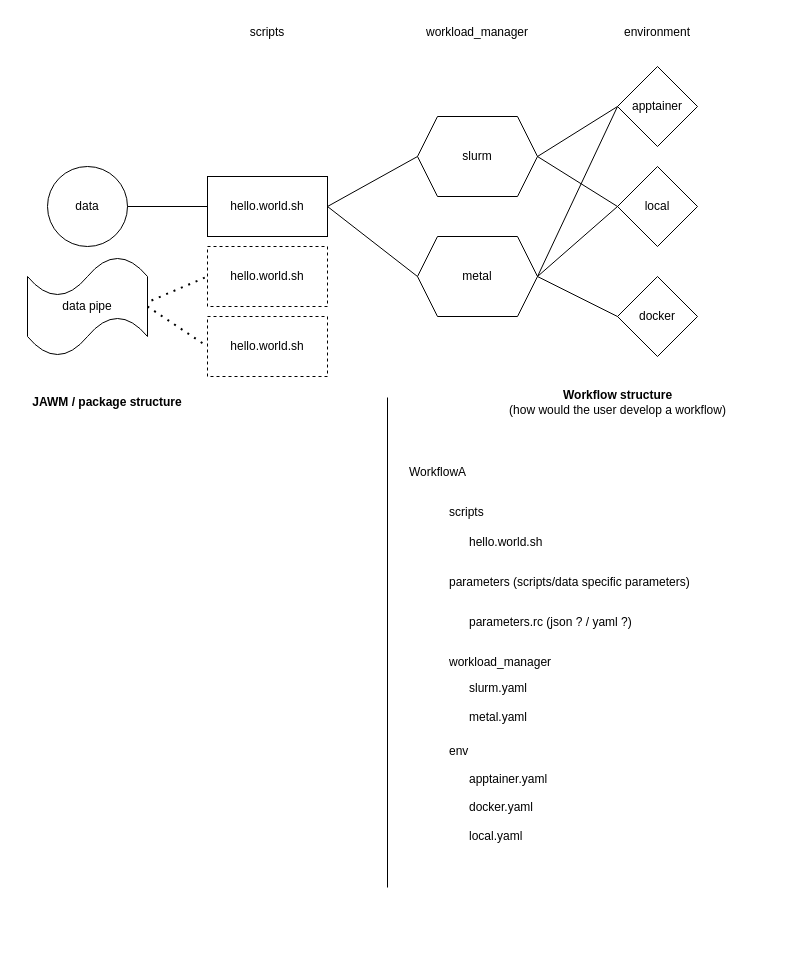
The draw.io diagram JAWM.drawio in mpg-age-bioinformatics/jawm, before the edit. Source tidied: cells renumbered, new cells numbered last; positions are measured from the earlier drawing's top-left corner, leaving out a move shared by most shapes. Both pictures are drawn from the tidied source at 100%, with x=0, y=0 at pixel (17, 17).
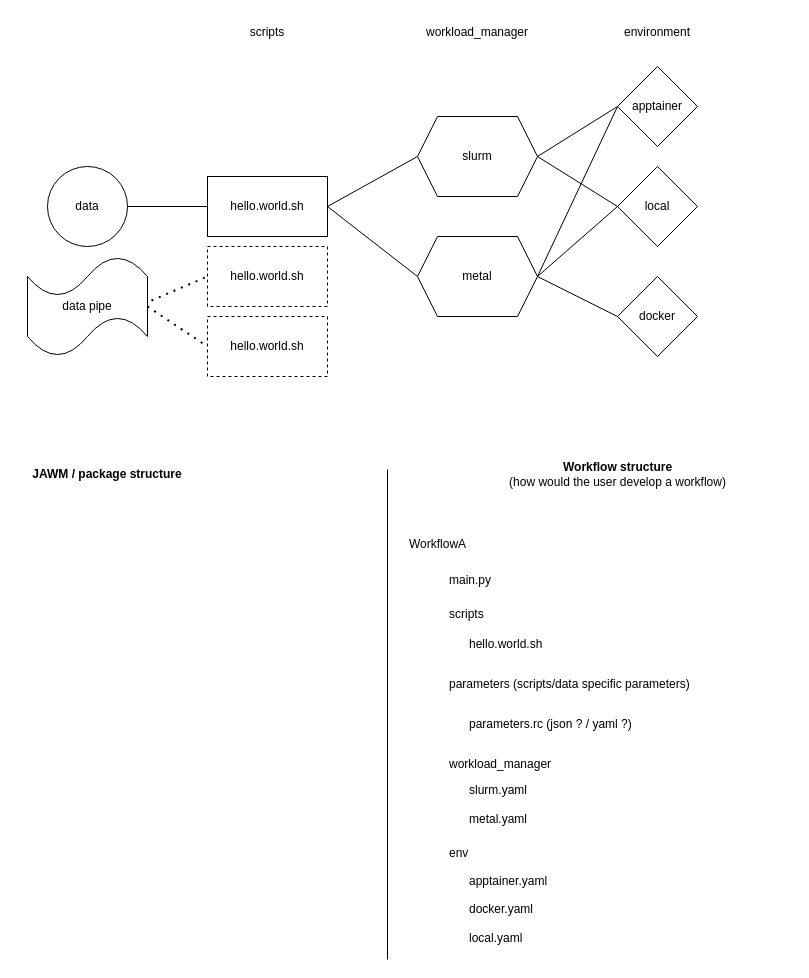
After the change.

Diff of the diagram source:
```diff
@@
     <mxCell id="15" style="endArrow=none;html=1;rounded=0;" parent="1" edge="1">
       <mxGeometry relative="1" as="geometry">
-        <mxPoint x="370" y="870" as="sourcePoint" />
-        <mxPoint x="370" y="380" as="targetPoint" />
+        <mxPoint x="370" y="942" as="sourcePoint" />
+        <mxPoint x="370" y="452" as="targetPoint" />
       </mxGeometry>
     </mxCell>
     <mxCell id="16" value="&lt;b&gt;JAWM / package structure&lt;/b&gt;" style="text;html=1;align=center;verticalAlign=middle;whiteSpace=wrap;rounded=0;" parent="1" vertex="1">
-      <mxGeometry y="370" width="180" height="30" as="geometry" />
+      <mxGeometry y="442" width="180" height="30" as="geometry" />
     </mxCell>
     <mxCell id="17" value="&lt;b&gt;Workflow structure&lt;/b&gt;&lt;div&gt;(how would the user develop a workflow)&lt;/div&gt;" style="text;html=1;align=center;verticalAlign=middle;whiteSpace=wrap;rounded=0;" parent="1" vertex="1">
-      <mxGeometry x="491" y="370" width="219" height="30" as="geometry" />
+      <mxGeometry x="491" y="442" width="219" height="30" as="geometry" />
     </mxCell>
     <mxCell id="18" value="WorkflowA" style="text;html=1;align=left;verticalAlign=middle;whiteSpace=wrap;rounded=0;" parent="1" vertex="1">
-      <mxGeometry x="390" y="440" width="180" height="30" as="geometry" />
+      <mxGeometry x="390" y="512" width="180" height="30" as="geometry" />
     </mxCell>
     <mxCell id="19" value="scripts" style="text;html=1;align=left;verticalAlign=middle;whiteSpace=wrap;rounded=0;" parent="1" vertex="1">
-      <mxGeometry x="430" y="480" width="180" height="30" as="geometry" />
+      <mxGeometry x="430" y="582" width="180" height="30" as="geometry" />
     </mxCell>
     <mxCell id="20" value="hello.world.sh" style="text;html=1;align=left;verticalAlign=middle;whiteSpace=wrap;rounded=0;" parent="1" vertex="1">
-      <mxGeometry x="450" y="510" width="180" height="30" as="geometry" />
+      <mxGeometry x="450" y="612" width="180" height="30" as="geometry" />
     </mxCell>
     <mxCell id="21" value="parameters (scripts/data specific parameters)" style="text;html=1;align=left;verticalAlign=middle;whiteSpace=wrap;rounded=0;" parent="1" vertex="1">
-      <mxGeometry x="430" y="550" width="270" height="30" as="geometry" />
+      <mxGeometry x="430" y="652" width="270" height="30" as="geometry" />
     </mxCell>
     <mxCell id="22" value="parameters.rc (json ? / yaml ?)" style="text;html=1;align=left;verticalAlign=middle;whiteSpace=wrap;rounded=0;" parent="1" vertex="1">
-      <mxGeometry x="450" y="590" width="180" height="30" as="geometry" />
+      <mxGeometry x="450" y="692" width="180" height="30" as="geometry" />
     </mxCell>
     <mxCell id="23" value="workload_manager" style="text;html=1;align=left;verticalAlign=middle;whiteSpace=wrap;rounded=0;" parent="1" vertex="1">
-      <mxGeometry x="430" y="630" width="270" height="30" as="geometry" />
+      <mxGeometry x="430" y="732" width="270" height="30" as="geometry" />
     </mxCell>
     <mxCell id="24" value="slurm.yaml&lt;div&gt;&lt;br&gt;&lt;/div&gt;&lt;div&gt;metal.yaml&lt;/div&gt;" style="text;html=1;align=left;verticalAlign=middle;whiteSpace=wrap;rounded=0;" parent="1" vertex="1">
-      <mxGeometry x="450" y="660" width="270" height="50" as="geometry" />
+      <mxGeometry x="450" y="762" width="270" height="50" as="geometry" />
     </mxCell>
@@
     <mxCell id="35" value="env" style="text;html=1;align=left;verticalAlign=middle;whiteSpace=wrap;rounded=0;" parent="1" vertex="1">
-      <mxGeometry x="430" y="719" width="270" height="30" as="geometry" />
+      <mxGeometry x="430" y="821" width="270" height="30" as="geometry" />
     </mxCell>
     <mxCell id="36" value="&lt;div&gt;apptainer.yaml&lt;/div&gt;&lt;div&gt;&lt;br&gt;&lt;/div&gt;docker.yaml&lt;div&gt;&lt;br&gt;&lt;/div&gt;&lt;div&gt;local.yaml&lt;/div&gt;" style="text;html=1;align=left;verticalAlign=middle;whiteSpace=wrap;rounded=0;" parent="1" vertex="1">
-      <mxGeometry x="450" y="749" width="270" height="81" as="geometry" />
+      <mxGeometry x="450" y="851" width="270" height="81" as="geometry" />
     </mxCell>
+    <mxCell id="37" value="main.py" style="text;html=1;align=left;verticalAlign=middle;whiteSpace=wrap;rounded=0;" parent="1" vertex="1">
+      <mxGeometry x="430" y="548" width="180" height="30" as="geometry" />
+    </mxCell>
```
